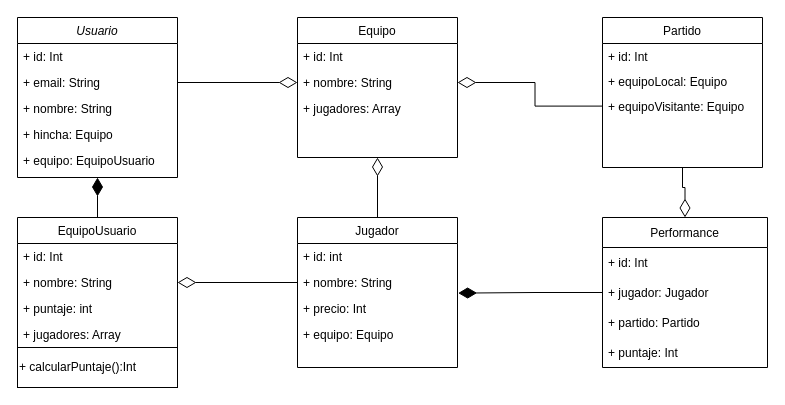
anarod13/granDT keeps this draw.io diagram as GranDT_Diagram.drawio. Above is the earlier version. Source tidied: cells renumbered, new cells numbered last; positions are measured from the earlier drawing's top-left corner, leaving out a move shared by most shapes. Both pictures are drawn from the tidied source at 100%, with x=0, y=0 at pixel (17, 17).
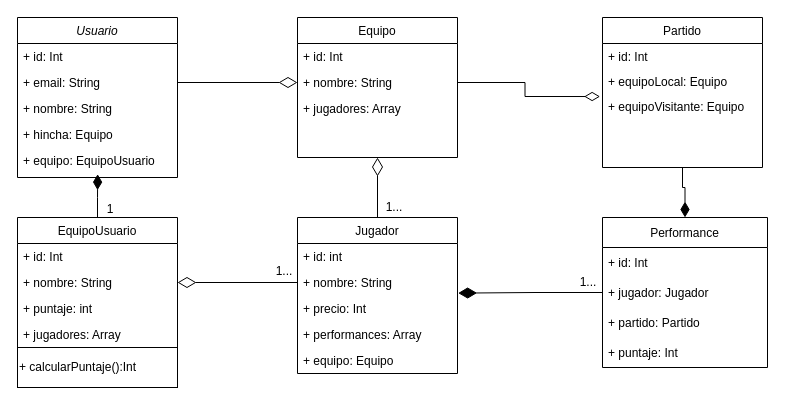
The same page after the edit.

Commit message:
corrijo relaciones entre clases

Unchanged cells that the change refers to:
```xml
<mxCell id="2" value="Usuario" style="swimlane;fontStyle=2;align=center;verticalAlign=top;horizontal=1;startSize=26;rounded=0;shadow=0;strokeWidth=1;" parent="1" vertex="1">
  <mxGeometry width="160" height="160" as="geometry" />
</mxCell>
<mxCell id="7" value="+ equipo: EquipoUsuario" style="text;align=left;verticalAlign=top;spacingLeft=4;spacingRight=4;overflow=hidden;points=[[0,0.5],[1,0.5]];portConstraint=eastwest;" parent="2" vertex="1">
  <mxGeometry y="130" width="160" height="26" as="geometry" />
</mxCell>
<mxCell id="15" value="EquipoUsuario" style="swimlane;fontStyle=0;align=center;verticalAlign=top;horizontal=1;startSize=26;rounded=0;shadow=0;strokeWidth=1;" parent="1" vertex="1">
  <mxGeometry y="200" width="160" height="170" as="geometry" />
</mxCell>
<mxCell id="23" value="+ nombre: String" style="text;align=left;verticalAlign=top;spacingLeft=4;spacingRight=4;overflow=hidden;points=[[0,0.5],[1,0.5]];portConstraint=eastwest;rounded=0;shadow=0;html=0;" parent="21" vertex="1">
  <mxGeometry y="52" width="160" height="26" as="geometry" />
</mxCell>
<mxCell id="26" value="Partido" style="swimlane;fontStyle=0;align=center;verticalAlign=top;horizontal=1;startSize=26;rounded=0;shadow=0;strokeWidth=1;" parent="1" vertex="1">
  <mxGeometry x="585" width="160" height="150" as="geometry" />
</mxCell>
<mxCell id="29" value="+ equipoVisitante: Equipo" style="text;align=left;verticalAlign=top;spacingLeft=4;spacingRight=4;overflow=hidden;points=[[0,0.5],[1,0.5]];portConstraint=eastwest;" parent="26" vertex="1">
  <mxGeometry y="76.1" width="160" height="25" as="geometry" />
</mxCell>
<mxCell id="30" value="Performance" style="swimlane;fontStyle=0;horizontal=1;startSize=30;" parent="1" vertex="1">
  <mxGeometry x="585" y="200" width="165" height="150" as="geometry" />
</mxCell>
```

What changed in the source:
```diff
@@
     <mxCell id="9" value="Jugador" style="swimlane;fontStyle=0;align=center;verticalAlign=top;horizontal=1;startSize=26;rounded=0;shadow=0;strokeWidth=1;" parent="1" vertex="1">
-      <mxGeometry x="280" y="200" width="160" height="150" as="geometry" />
+      <mxGeometry x="280" y="200" width="160" height="156" as="geometry" />
     </mxCell>
@@
-    <mxCell id="13" value="+ equipo: Equipo" style="text;align=left;verticalAlign=top;spacingLeft=4;spacingRight=4;overflow=hidden;rounded=0;shadow=0;html=0;" parent="9" vertex="1">
+    <mxCell id="13" value="+ performances: Array" style="text;align=left;verticalAlign=top;spacingLeft=4;spacingRight=4;overflow=hidden;rounded=0;shadow=0;html=0;" parent="9" vertex="1">
       <mxGeometry y="104" width="160" height="26" as="geometry" />
     </mxCell>
-    <mxCell id="14" style="edgeStyle=orthogonalEdgeStyle;rounded=0;jettySize=auto;html=1;exitX=0.5;exitY=0;exitDx=0;exitDy=0;entryX=0.5;entryY=1;entryDx=0;entryDy=0;endArrow=diamondThin;endFill=1;endSize=16;" parent="1" edge="1" source="15" target="2">
-      <mxGeometry relative="1" as="geometry" />
-    </mxCell>
+    <mxCell id="39" value="+ equipo: Equipo" style="text;align=left;verticalAlign=top;spacingLeft=4;spacingRight=4;overflow=hidden;rounded=0;shadow=0;html=0;" parent="9" vertex="1">
+      <mxGeometry y="130" width="160" height="26" as="geometry" />
+    </mxCell>
+    <mxCell id="40" style="edgeStyle=orthogonalEdgeStyle;rounded=0;jettySize=auto;html=1;entryX=0.501;entryY=1.025;entryDx=0;entryDy=0;entryPerimeter=0;endArrow=diamondThin;endFill=1;endSize=13;" parent="1" edge="1" source="15" target="7">
+      <mxGeometry relative="1" as="geometry" />
+    </mxCell>
@@
-    <mxCell id="25" style="edgeStyle=orthogonalEdgeStyle;rounded=0;jettySize=auto;html=1;exitX=0.5;exitY=1;exitDx=0;exitDy=0;entryX=0.5;entryY=0;entryDx=0;entryDy=0;endArrow=diamondThin;endFill=0;endSize=16;" parent="1" edge="1" source="26" target="30">
+    <mxCell id="25" style="edgeStyle=orthogonalEdgeStyle;rounded=0;jettySize=auto;html=1;exitX=0.5;exitY=1;exitDx=0;exitDy=0;entryX=0.5;entryY=0;entryDx=0;entryDy=0;endArrow=diamondThin;endFill=1;endSize=13;" parent="1" edge="1" source="26" target="30">
       <mxGeometry relative="1" as="geometry" />
     </mxCell>
@@
-    <mxCell id="38" style="edgeStyle=orthogonalEdgeStyle;rounded=0;jettySize=auto;html=1;exitX=0;exitY=0.5;exitDx=0;exitDy=0;entryX=1;entryY=0.5;entryDx=0;entryDy=0;endArrow=diamondThin;endFill=0;endSize=16;" parent="1" edge="1" source="29" target="23">
-      <mxGeometry relative="1" as="geometry" />
-    </mxCell>
+    <mxCell id="41" style="edgeStyle=orthogonalEdgeStyle;rounded=0;jettySize=auto;html=1;entryX=-0.015;entryY=0.117;entryDx=0;entryDy=0;entryPerimeter=0;endArrow=diamondThin;endFill=0;endSize=13;" parent="1" edge="1" source="23" target="29">
+      <mxGeometry relative="1" as="geometry" />
+    </mxCell>
+    <mxCell id="42" value="1..." style="text;html=1;strokeColor=none;fillColor=none;align=center;verticalAlign=middle;whiteSpace=wrap;rounded=0;" parent="1" vertex="1">
+      <mxGeometry x="347" y="175" width="60" height="30" as="geometry" />
+    </mxCell>
+    <mxCell id="43" value="1..." style="text;html=1;strokeColor=none;fillColor=none;align=center;verticalAlign=middle;whiteSpace=wrap;rounded=0;" parent="1" vertex="1">
+      <mxGeometry x="237" y="239" width="60" height="30" as="geometry" />
+    </mxCell>
+    <mxCell id="44" value="1" style="text;html=1;strokeColor=none;fillColor=none;align=center;verticalAlign=middle;whiteSpace=wrap;rounded=0;" parent="1" vertex="1">
+      <mxGeometry x="63" y="177" width="60" height="30" as="geometry" />
+    </mxCell>
+    <mxCell id="45" value="1..." style="text;html=1;strokeColor=none;fillColor=none;align=center;verticalAlign=middle;whiteSpace=wrap;rounded=0;" parent="1" vertex="1">
+      <mxGeometry x="541" y="250" width="60" height="30" as="geometry" />
+    </mxCell>
```
